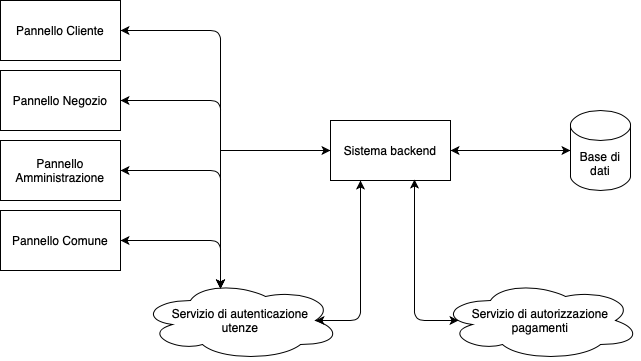
Earlier version of the draw.io export Tesi/images/modelloastratto.png (gfacchi-dev/appunti-unimib). Source tidied: cells renumbered, new cells last; positions are measured from the earlier drawing's top-left corner, leaving out a move shared by most shapes. Source of this version:
```xml
<mxGraphModel>
  <root>
    <mxCell id="0" />
    <mxCell id="1" parent="0" />
    <mxCell id="2" value="Pannello Negozio" style="rounded=0;whiteSpace=wrap;html=1;" parent="1" vertex="1">
      <mxGeometry y="70" width="120" height="60" as="geometry" />
    </mxCell>
    <mxCell id="3" value="Pannello Cliente" style="whiteSpace=wrap;html=1;" parent="1" vertex="1">
      <mxGeometry width="120" height="60" as="geometry" />
    </mxCell>
    <mxCell id="4" value="Pannello&lt;br&gt;Amministrazione" style="whiteSpace=wrap;html=1;" parent="1" vertex="1">
      <mxGeometry y="140" width="120" height="60" as="geometry" />
    </mxCell>
    <mxCell id="5" value="Pannello Comune" style="whiteSpace=wrap;html=1;" parent="1" vertex="1">
      <mxGeometry y="210" width="120" height="60" as="geometry" />
    </mxCell>
    <mxCell id="6" value="Servizio di autenticazione&lt;br&gt;utenze" style="ellipse;shape=cloud;whiteSpace=wrap;html=1;" parent="1" vertex="1">
      <mxGeometry x="140" y="280" width="200" height="80" as="geometry" />
    </mxCell>
    <mxCell id="7" style="endArrow=classic;startArrow=classic;html=1;entryX=1;entryY=0.5;entryDx=0;entryDy=0;exitX=0.4;exitY=0.1;exitDx=0;exitDy=0;exitPerimeter=0;" parent="1" edge="1" source="6" target="5">
      <mxGeometry relative="1" as="geometry">
        <Array as="points">
          <mxPoint x="220" y="240" />
        </Array>
      </mxGeometry>
    </mxCell>
    <mxCell id="8" style="endArrow=classic;startArrow=classic;html=1;exitX=0.4;exitY=0.1;exitDx=0;exitDy=0;exitPerimeter=0;entryX=1;entryY=0.5;entryDx=0;entryDy=0;" parent="1" edge="1" source="6" target="4">
      <mxGeometry relative="1" as="geometry">
        <Array as="points">
          <mxPoint x="220" y="170" />
        </Array>
      </mxGeometry>
    </mxCell>
    <mxCell id="9" style="endArrow=classic;startArrow=classic;html=1;exitX=0.4;exitY=0.1;exitDx=0;exitDy=0;exitPerimeter=0;entryX=1;entryY=0.5;entryDx=0;entryDy=0;" parent="1" edge="1" target="2">
      <mxGeometry relative="1" as="geometry">
        <mxPoint x="220" y="288" as="sourcePoint" />
        <Array as="points">
          <mxPoint x="220" y="100" />
        </Array>
      </mxGeometry>
    </mxCell>
    <mxCell id="10" style="endArrow=classic;startArrow=classic;html=1;exitX=0.4;exitY=0.1;exitDx=0;exitDy=0;exitPerimeter=0;entryX=1;entryY=0.5;entryDx=0;entryDy=0;" parent="1" edge="1" target="3">
      <mxGeometry relative="1" as="geometry">
        <mxPoint x="220" y="288" as="sourcePoint" />
        <Array as="points">
          <mxPoint x="220" y="30" />
        </Array>
      </mxGeometry>
    </mxCell>
    <mxCell id="11" value="Sistema backend" style="rounded=0;whiteSpace=wrap;html=1;" parent="1" vertex="1">
      <mxGeometry x="330" y="120" width="120" height="60" as="geometry" />
    </mxCell>
    <mxCell id="12" value="Base di&lt;br&gt;dati" style="shape=cylinder3;whiteSpace=wrap;html=1;boundedLbl=1;backgroundOutline=1;size=15;" parent="1" vertex="1">
      <mxGeometry x="570" y="110" width="60" height="80" as="geometry" />
    </mxCell>
    <mxCell id="13" value="Servizio di autorizzazione&lt;br&gt;pagamenti" style="ellipse;shape=cloud;whiteSpace=wrap;html=1;" parent="1" vertex="1">
      <mxGeometry x="440" y="280" width="200" height="80" as="geometry" />
    </mxCell>
    <mxCell id="14" style="endArrow=classic;startArrow=classic;html=1;entryX=0.25;entryY=1;entryDx=0;entryDy=0;" parent="1" edge="1" target="11">
      <mxGeometry relative="1" as="geometry">
        <mxPoint x="315" y="320" as="sourcePoint" />
        <Array as="points">
          <mxPoint x="360" y="320" />
        </Array>
      </mxGeometry>
    </mxCell>
    <mxCell id="15" style="endArrow=classic;startArrow=classic;html=1;entryX=0.7;entryY=0.983;entryDx=0;entryDy=0;entryPerimeter=0;exitX=0.09;exitY=0.5;exitDx=0;exitDy=0;exitPerimeter=0;" parent="1" edge="1" source="13" target="11">
      <mxGeometry relative="1" as="geometry">
        <Array as="points">
          <mxPoint x="414" y="320" />
        </Array>
      </mxGeometry>
    </mxCell>
    <mxCell id="16" style="endArrow=classic;startArrow=classic;html=1;entryX=1;entryY=0.5;entryDx=0;entryDy=0;exitX=0;exitY=0.5;exitDx=0;exitDy=0;exitPerimeter=0;" parent="1" edge="1" source="12" target="11">
      <mxGeometry relative="1" as="geometry" />
    </mxCell>
    <mxCell id="17" style="endArrow=classic;html=1;entryX=0;entryY=0.5;entryDx=0;entryDy=0;" parent="1" edge="1" target="11">
      <mxGeometry relative="1" as="geometry">
        <mxPoint x="220" y="150" as="sourcePoint" />
        <Array as="points">
          <mxPoint x="280" y="150" />
        </Array>
      </mxGeometry>
    </mxCell>
  </root>
</mxGraphModel>
```
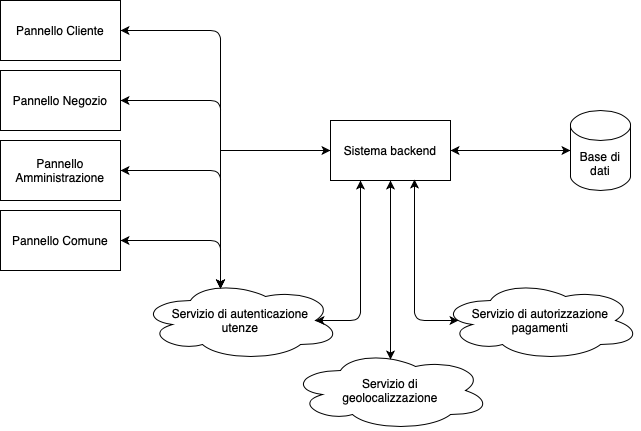
The same file after the commit.

Diff of the diagram source:
```diff
@@ -82,5 +82,11 @@
         </Array>
       </mxGeometry>
     </mxCell>
+    <mxCell id="18" value="Servizio di&lt;br&gt;geolocalizzazione" style="ellipse;shape=cloud;whiteSpace=wrap;html=1;" parent="1" vertex="1">
+      <mxGeometry x="290" y="350" width="200" height="80" as="geometry" />
+    </mxCell>
+    <mxCell id="19" style="endArrow=classic;startArrow=classic;html=1;entryX=0.5;entryY=1;entryDx=0;entryDy=0;exitX=0.5;exitY=0.113;exitDx=0;exitDy=0;exitPerimeter=0;" parent="1" edge="1" source="18" target="11">
+      <mxGeometry relative="1" as="geometry" />
+    </mxCell>
   </root>
 </mxGraphModel>
```
